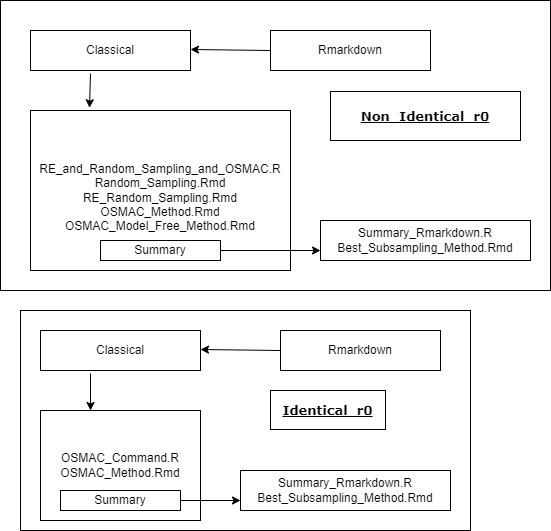
Amalan-ConStat/RS_OS_MROS_LR_TwoVar_Exponential keeps this draw.io diagram as Images/Rmarkdown.png. Above is the earlier version. Source tidied: cells renumbered, new cells last; positions are measured from the earlier drawing's top-left corner, leaving out a move shared by most shapes. Source of this version:
```xml
<mxGraphModel>
  <root>
    <mxCell id="0" />
    <mxCell id="1" parent="0" />
    <mxCell id="2" style="rounded=0;whiteSpace=wrap;html=1;fontFamily=Verdana;fontSize=13;fontColor=#000000;" parent="1" vertex="1">
      <mxGeometry x="20" y="310" width="450" height="220" as="geometry" />
    </mxCell>
    <mxCell id="3" style="rounded=0;whiteSpace=wrap;html=1;fontFamily=Verdana;fontSize=13;fontColor=#000000;" parent="1" vertex="1">
      <mxGeometry width="550" height="290" as="geometry" />
    </mxCell>
    <mxCell id="4" value="Rmarkdown" style="rounded=0;whiteSpace=wrap;html=1;" parent="1" vertex="1">
      <mxGeometry x="270" y="30" width="160" height="40" as="geometry" />
    </mxCell>
    <mxCell id="5" value="Classical" style="rounded=0;whiteSpace=wrap;html=1;" parent="1" vertex="1">
      <mxGeometry x="30" y="30" width="160" height="40" as="geometry" />
    </mxCell>
    <mxCell id="6" style="endArrow=classic;html=1;exitX=0;exitY=0.5;exitDx=0;exitDy=0;" parent="1" edge="1" source="4">
      <mxGeometry relative="1" as="geometry">
        <mxPoint x="190" y="49" as="targetPoint" />
      </mxGeometry>
    </mxCell>
    <mxCell id="7" value="&lt;br&gt;RE_and_Random_Sampling_and_OSMAC.R&lt;br&gt;Random_Sampling.Rmd&lt;br&gt;RE_Random_Sampling.Rmd&lt;br&gt;OSMAC_Method.Rmd&lt;br&gt;OSMAC_Model_Free_Method.Rmd" style="rounded=0;whiteSpace=wrap;html=1;" parent="1" vertex="1">
      <mxGeometry x="30" y="110" width="260" height="160" as="geometry" />
    </mxCell>
    <mxCell id="8" style="endArrow=classic;html=1;entryX=0.227;entryY=-0.017;entryDx=0;entryDy=0;entryPerimeter=0;" parent="1" edge="1" target="7">
      <mxGeometry relative="1" as="geometry">
        <mxPoint x="90" y="73" as="sourcePoint" />
      </mxGeometry>
    </mxCell>
    <mxCell id="9" value="Summary" style="rounded=0;whiteSpace=wrap;html=1;" parent="1" vertex="1">
      <mxGeometry x="100" y="240" width="120" height="20" as="geometry" />
    </mxCell>
    <mxCell id="10" value="Summary_Rmarkdown.R&lt;br&gt;Best_Subsampling_Method.Rmd" style="rounded=0;whiteSpace=wrap;html=1;" parent="1" vertex="1">
      <mxGeometry x="320" y="220" width="210" height="40" as="geometry" />
    </mxCell>
    <mxCell id="11" style="endArrow=classic;html=1;entryX=0;entryY=0.75;entryDx=0;entryDy=0;exitX=1;exitY=0.5;exitDx=0;exitDy=0;" parent="1" edge="1" source="9" target="10">
      <mxGeometry relative="1" as="geometry" />
    </mxCell>
    <mxCell id="12" value="&lt;b&gt;&lt;u&gt;Non_Identical_r0&lt;/u&gt;&lt;/b&gt;" style="rounded=0;whiteSpace=wrap;html=1;fontFamily=Verdana;fontSize=13;fontColor=#000000;" parent="1" vertex="1">
      <mxGeometry x="330" y="91" width="190" height="49" as="geometry" />
    </mxCell>
    <mxCell id="13" value="Rmarkdown" style="rounded=0;whiteSpace=wrap;html=1;" parent="1" vertex="1">
      <mxGeometry x="280" y="330" width="160" height="40" as="geometry" />
    </mxCell>
    <mxCell id="14" value="Classical" style="rounded=0;whiteSpace=wrap;html=1;" parent="1" vertex="1">
      <mxGeometry x="40" y="330" width="160" height="40" as="geometry" />
    </mxCell>
    <mxCell id="15" style="endArrow=classic;html=1;exitX=0;exitY=0.5;exitDx=0;exitDy=0;" parent="1" edge="1" source="13">
      <mxGeometry relative="1" as="geometry">
        <mxPoint x="200" y="349" as="targetPoint" />
      </mxGeometry>
    </mxCell>
    <mxCell id="16" value="OSMAC_Command.R&lt;br&gt;OSMAC_Method.Rmd" style="rounded=0;whiteSpace=wrap;html=1;" parent="1" vertex="1">
      <mxGeometry x="40" y="410" width="160" height="110" as="geometry" />
    </mxCell>
    <mxCell id="17" style="endArrow=classic;html=1;" parent="1" edge="1">
      <mxGeometry relative="1" as="geometry">
        <mxPoint x="90" y="373" as="sourcePoint" />
        <mxPoint x="90" y="410" as="targetPoint" />
      </mxGeometry>
    </mxCell>
    <mxCell id="18" value="Summary" style="rounded=0;whiteSpace=wrap;html=1;" parent="1" vertex="1">
      <mxGeometry x="60" y="490" width="120" height="20" as="geometry" />
    </mxCell>
    <mxCell id="19" value="Summary_Rmarkdown.R&lt;br&gt;Best_Subsampling_Method.Rmd" style="rounded=0;whiteSpace=wrap;html=1;" parent="1" vertex="1">
      <mxGeometry x="240" y="470" width="210" height="40" as="geometry" />
    </mxCell>
    <mxCell id="20" style="endArrow=classic;html=1;exitX=1;exitY=0.5;exitDx=0;exitDy=0;entryX=0;entryY=0.75;entryDx=0;entryDy=0;" parent="1" edge="1" source="18" target="19">
      <mxGeometry relative="1" as="geometry" />
    </mxCell>
    <mxCell id="21" value="&lt;b&gt;&lt;u&gt;Identical_r0&lt;/u&gt;&lt;/b&gt;" style="rounded=0;whiteSpace=wrap;html=1;fontFamily=Verdana;fontSize=13;fontColor=#000000;" parent="1" vertex="1">
      <mxGeometry x="270" y="390" width="115" height="39" as="geometry" />
    </mxCell>
  </root>
</mxGraphModel>
```
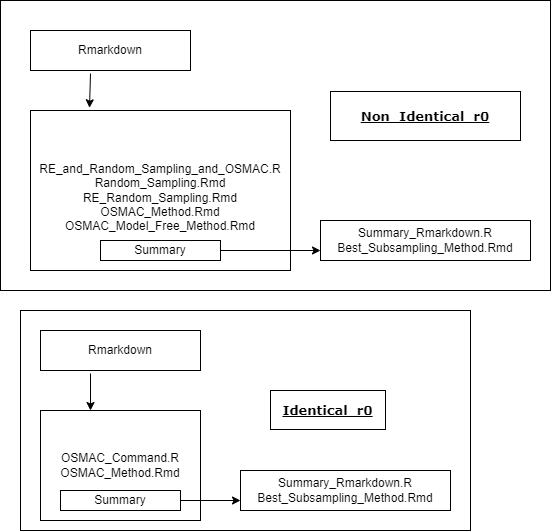
The same file after the commit.

Diff of the diagram source:
```diff
@@ -9,16 +9,8 @@
       <mxGeometry width="550" height="290" as="geometry" />
     </mxCell>
     <mxCell id="4" value="Rmarkdown" style="rounded=0;whiteSpace=wrap;html=1;" parent="1" vertex="1">
-      <mxGeometry x="270" y="30" width="160" height="40" as="geometry" />
+      <mxGeometry x="30" y="30" width="160" height="40" as="geometry" />
     </mxCell>
-    <mxCell id="5" value="Classical" style="rounded=0;whiteSpace=wrap;html=1;" parent="1" vertex="1">
-      <mxGeometry x="30" y="30" width="160" height="40" as="geometry" />
-    </mxCell>
-    <mxCell id="6" style="endArrow=classic;html=1;exitX=0;exitY=0.5;exitDx=0;exitDy=0;" parent="1" edge="1" source="4">
-      <mxGeometry relative="1" as="geometry">
-        <mxPoint x="190" y="49" as="targetPoint" />
-      </mxGeometry>
-    </mxCell>
     <mxCell id="7" value="&lt;br&gt;RE_and_Random_Sampling_and_OSMAC.R&lt;br&gt;Random_Sampling.Rmd&lt;br&gt;RE_Random_Sampling.Rmd&lt;br&gt;OSMAC_Method.Rmd&lt;br&gt;OSMAC_Model_Free_Method.Rmd" style="rounded=0;whiteSpace=wrap;html=1;" parent="1" vertex="1">
       <mxGeometry x="30" y="110" width="260" height="160" as="geometry" />
     </mxCell>
@@ -40,16 +32,8 @@
       <mxGeometry x="330" y="91" width="190" height="49" as="geometry" />
     </mxCell>
     <mxCell id="13" value="Rmarkdown" style="rounded=0;whiteSpace=wrap;html=1;" parent="1" vertex="1">
-      <mxGeometry x="280" y="330" width="160" height="40" as="geometry" />
+      <mxGeometry x="40" y="330" width="160" height="40" as="geometry" />
     </mxCell>
-    <mxCell id="14" value="Classical" style="rounded=0;whiteSpace=wrap;html=1;" parent="1" vertex="1">
-      <mxGeometry x="40" y="330" width="160" height="40" as="geometry" />
-    </mxCell>
-    <mxCell id="15" style="endArrow=classic;html=1;exitX=0;exitY=0.5;exitDx=0;exitDy=0;" parent="1" edge="1" source="13">
-      <mxGeometry relative="1" as="geometry">
-        <mxPoint x="200" y="349" as="targetPoint" />
-      </mxGeometry>
-    </mxCell>
     <mxCell id="16" value="OSMAC_Command.R&lt;br&gt;OSMAC_Method.Rmd" style="rounded=0;whiteSpace=wrap;html=1;" parent="1" vertex="1">
       <mxGeometry x="40" y="410" width="160" height="110" as="geometry" />
     </mxCell>
```
